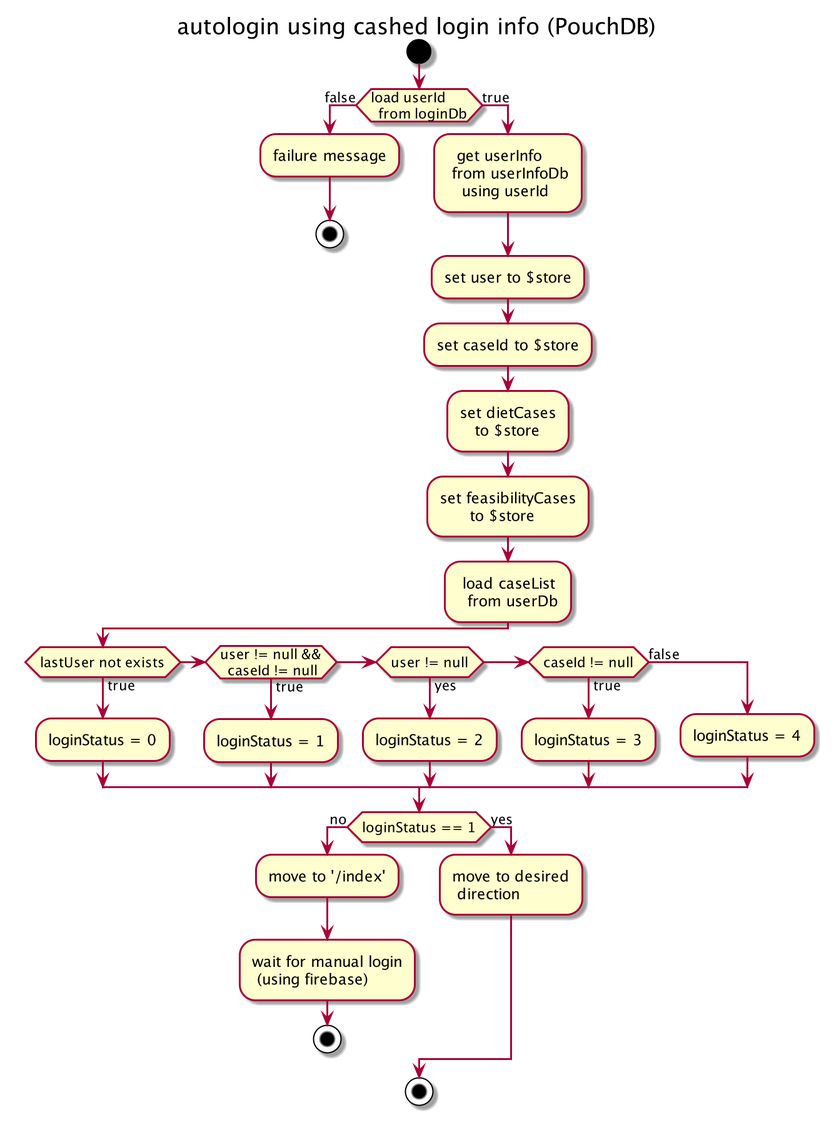
Earlier version of the PlantUML export assets/backdata/autoLogin.png (snakada1615/nuxt_pwa201122). The source it was exported from:
```plantuml
@startuml
title autologin using cashed login info (PouchDB)

start

if (load userId
  from loginDb) then (false)
  :failure message;
  stop

else (true)
  :  get userInfo
   from userInfoDb
     using userId;
  :set user to $store;
  :set caseId to $store;
  :set dietCases
     to $store;
  :set feasibilityCases
        to $store;
  : load caseList
    from userDb;

endif

if (lastUser not exists) then (true)
    :loginStatus = 0;
else if (user != null &&
  caseId != null) then (true)
    :loginStatus = 1;
else if (user != null) then (yes)
    :loginStatus = 2;
else if (caseId != null) then (true)
    :loginStatus = 3;
else (false)
    :loginStatus = 4;
endif

if (loginStatus == 1) then (no)
  :move to '/index';
  :wait for manual login
   (using firebase);
  stop
else (yes)
  :move to desired
   direction;
endif
stop

@enduml
```
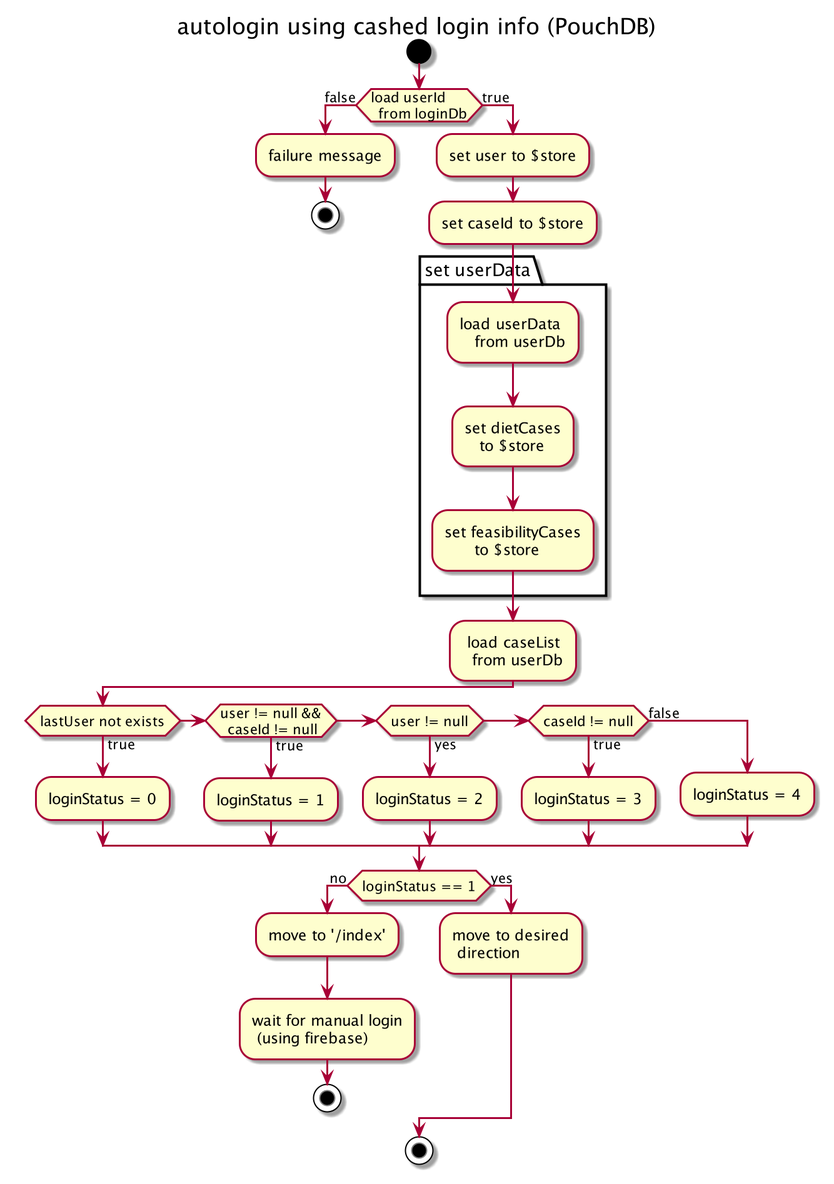
The same file after the commit.

Diff of the diagram source:
```diff
@@ -9,15 +9,16 @@
   stop
 
 else (true)
-  :  get userInfo
-   from userInfoDb
-     using userId;
   :set user to $store;
   :set caseId to $store;
-  :set dietCases
-     to $store;
-  :set feasibilityCases
-        to $store;
+  package "set userData" {
+    :load userData
+       from userDb;
+    :set dietCases
+       to $store;
+    :set feasibilityCases
+          to $store;
+  }
   : load caseList
     from userDb;
 
```
